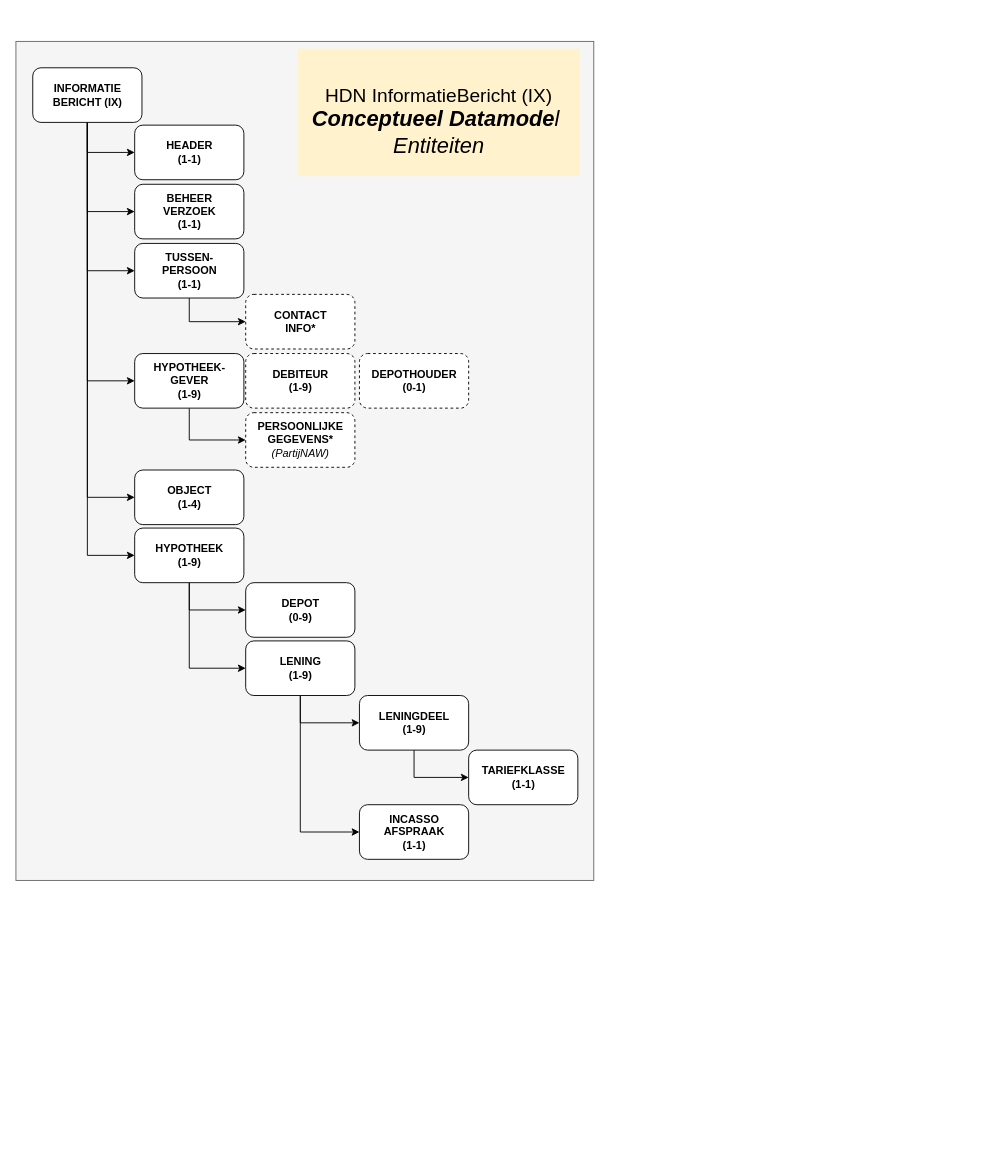
luchthandel/diagrams keeps this draw.io diagram as page "AX" (2 of 11) of HDN_BX_MM_OntslagHoofdelijk.drawio. Above is the earlier version. Source tidied: cells renumbered, new cells numbered last; positions are measured from the earlier drawing's top-left corner, leaving out a move shared by most shapes. Both pictures are drawn from the tidied source at 91%, with x=0, y=0 at pixel (15, 41).
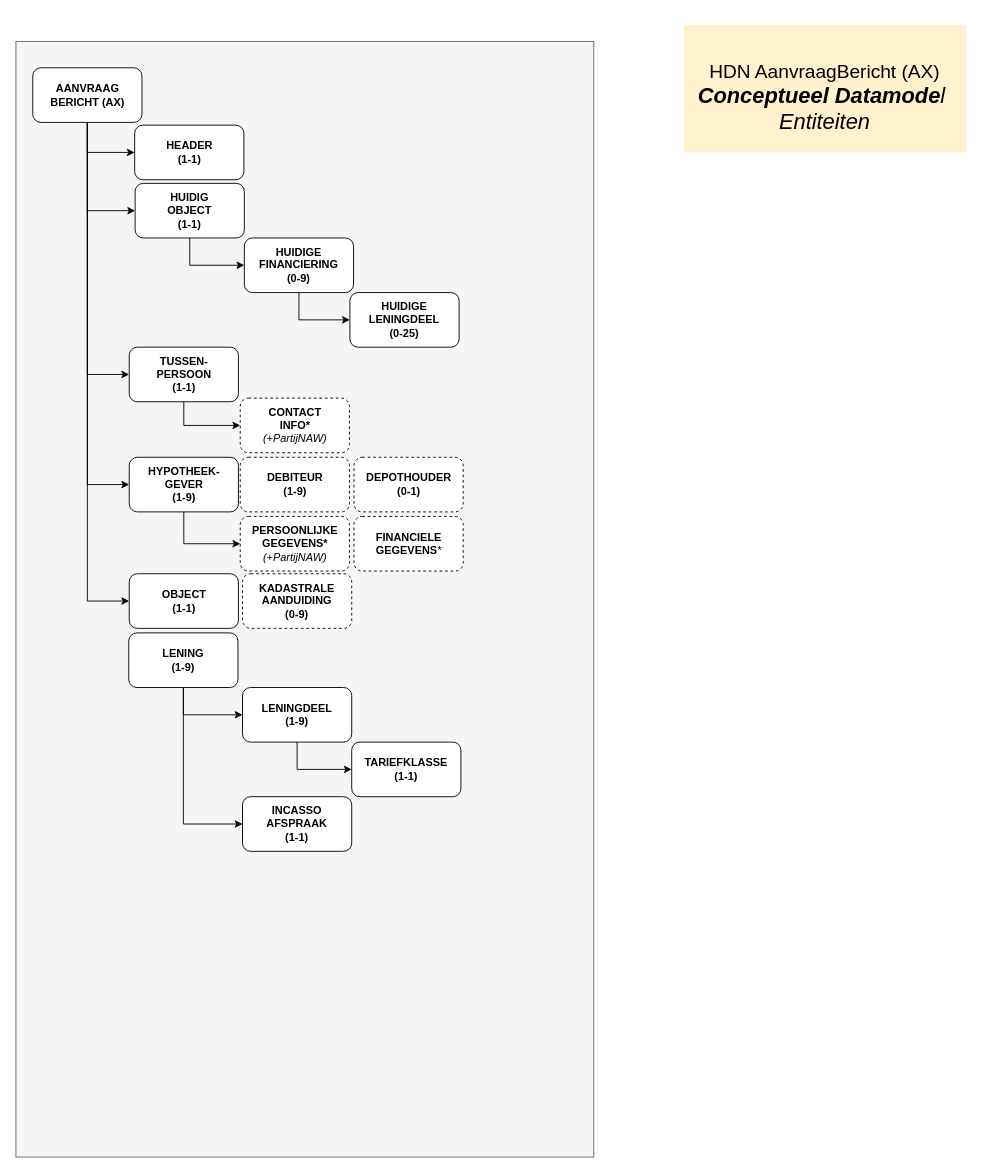
Above is the later version.

Diff of the diagram source:
```diff
@@
     <mxCell id="2" style="rounded=0;whiteSpace=wrap;html=1;fillColor=#f5f5f5;strokeColor=#666666;fontColor=#333333;labelBackgroundColor=none;" parent="1" vertex="1">
-      <mxGeometry width="635" height="922" as="geometry" />
+      <mxGeometry width="635" height="1226" as="geometry" />
     </mxCell>
@@
     <mxCell id="5" value="LENING&lt;br&gt;(1-9)" style="rounded=1;whiteSpace=wrap;html=1;fontStyle=1;" parent="1" vertex="1">
-      <mxGeometry x="252.5" y="658.8" width="120" height="60" as="geometry" />
+      <mxGeometry x="124" y="650" width="120" height="60" as="geometry" />
     </mxCell>
@@
     <mxCell id="7" value="LENINGDEEL&lt;br&gt;(1-9)" style="rounded=1;whiteSpace=wrap;html=1;fontStyle=1;" parent="1" vertex="1">
-      <mxGeometry x="377.5" y="718.8" width="120" height="60" as="geometry" />
+      <mxGeometry x="249" y="710" width="120" height="60" as="geometry" />
     </mxCell>
@@
     <mxCell id="9" value="HYPOTHEEK-&lt;br&gt;GEVER&lt;br&gt;(1-9)" style="rounded=1;whiteSpace=wrap;html=1;fontStyle=1;" parent="1" vertex="1">
-      <mxGeometry x="130.5" y="343" width="120" height="60" as="geometry" />
+      <mxGeometry x="124.5" y="457" width="120" height="60" as="geometry" />
     </mxCell>
@@
-    <mxCell id="11" style="edgeStyle=orthogonalEdgeStyle;rounded=0;jettySize=auto;html=1;exitX=0.5;exitY=1;exitDx=0;exitDy=0;entryX=0;entryY=0.5;entryDx=0;entryDy=0;" parent="1" edge="1" source="16" target="17">
-      <mxGeometry relative="1" as="geometry" />
-    </mxCell>
@@
-    <mxCell id="14" style="edgeStyle=orthogonalEdgeStyle;rounded=0;jettySize=auto;html=1;exitX=0.5;exitY=1;exitDx=0;exitDy=0;entryX=0;entryY=0.5;entryDx=0;entryDy=0;" parent="1" edge="1" source="16" target="23">
-      <mxGeometry relative="1" as="geometry" />
-    </mxCell>
@@
+    <mxCell id="33" style="edgeStyle=orthogonalEdgeStyle;rounded=0;jettySize=auto;html=1;exitX=0.5;exitY=1;exitDx=0;exitDy=0;entryX=0;entryY=0.5;entryDx=0;entryDy=0;" parent="1" edge="1" source="16" target="36">
+      <mxGeometry relative="1" as="geometry" />
+    </mxCell>
-    <mxCell id="16" value="INFORMATIE&lt;br&gt;BERICHT (IX)" style="rounded=1;whiteSpace=wrap;html=1;fontStyle=1;" parent="1" vertex="1">
+    <mxCell id="16" value="AANVRAAG&lt;br&gt;BERICHT (AX)" style="rounded=1;whiteSpace=wrap;html=1;fontStyle=1;" parent="1" vertex="1">
       <mxGeometry x="18.5" y="29" width="120" height="60" as="geometry" />
     </mxCell>
-    <mxCell id="17" value="BEHEER&lt;br&gt;VERZOEK&lt;br&gt;(1-1)" style="rounded=1;whiteSpace=wrap;html=1;fontStyle=1;" parent="1" vertex="1">
-      <mxGeometry x="130.5" y="157" width="120" height="60" as="geometry" />
-    </mxCell>
@@
     <mxCell id="20" value="TUSSEN-&lt;br&gt;PERSOON&lt;br&gt;(1-1)" style="rounded=1;whiteSpace=wrap;html=1;fontStyle=1;" parent="1" vertex="1">
-      <mxGeometry x="130.5" y="222" width="120" height="60" as="geometry" />
+      <mxGeometry x="124.5" y="336" width="120" height="60" as="geometry" />
     </mxCell>
-    <mxCell id="21" style="edgeStyle=orthogonalEdgeStyle;rounded=0;jettySize=auto;html=1;exitX=0.5;exitY=1;exitDx=0;exitDy=0;entryX=0;entryY=0.5;entryDx=0;entryDy=0;" parent="1" edge="1" source="23" target="5">
-      <mxGeometry relative="1" as="geometry" />
-    </mxCell>
-    <mxCell id="22" style="edgeStyle=orthogonalEdgeStyle;rounded=0;jettySize=auto;html=1;exitX=0.5;exitY=1;exitDx=0;exitDy=0;entryX=0;entryY=0.5;entryDx=0;entryDy=0;" parent="1" edge="1" source="23" target="26">
-      <mxGeometry relative="1" as="geometry" />
-    </mxCell>
-    <mxCell id="23" value="HYPOTHEEK&lt;br&gt;(1-9)" style="rounded=1;whiteSpace=wrap;html=1;fontStyle=1;" parent="1" vertex="1">
-      <mxGeometry x="130.5" y="534.8" width="120" height="60" as="geometry" />
-    </mxCell>
-    <mxCell id="24" value="OBJECT&lt;br&gt;(1-4)" style="rounded=1;whiteSpace=wrap;html=1;fontStyle=1;" parent="1" vertex="1">
-      <mxGeometry x="130.5" y="471" width="120" height="60" as="geometry" />
+    <mxCell id="24" value="OBJECT&lt;br&gt;(1-1)" style="rounded=1;whiteSpace=wrap;html=1;fontStyle=1;" parent="1" vertex="1">
+      <mxGeometry x="124.5" y="585" width="120" height="60" as="geometry" />
     </mxCell>
-    <mxCell id="25" value="PERSOONLIJKE&lt;br&gt;GEGEVENS*&lt;br&gt;&lt;span style=&quot;font-weight: normal&quot;&gt;&lt;i&gt;(PartijNAW)&lt;/i&gt;&lt;/span&gt;" style="rounded=1;whiteSpace=wrap;html=1;fontStyle=1;dashed=1;" parent="1" vertex="1">
-      <mxGeometry x="252.5" y="408" width="120" height="60" as="geometry" />
+    <mxCell id="25" value="PERSOONLIJKE&lt;br&gt;GEGEVENS*&lt;br&gt;&lt;span style=&quot;font-weight: normal&quot;&gt;&lt;i&gt;(+PartijNAW)&lt;/i&gt;&lt;/span&gt;" style="rounded=1;whiteSpace=wrap;html=1;fontStyle=1;dashed=1;" parent="1" vertex="1">
+      <mxGeometry x="246.5" y="522" width="120" height="60" as="geometry" />
     </mxCell>
-    <mxCell id="26" value="DEPOT&lt;br&gt;(0-9)" style="rounded=1;whiteSpace=wrap;html=1;fontStyle=1;" parent="1" vertex="1">
-      <mxGeometry x="252.5" y="594.8" width="120" height="60" as="geometry" />
-    </mxCell>
-    <mxCell id="27" value="CONTACT&lt;br&gt;INFO*" style="rounded=1;whiteSpace=wrap;html=1;fontStyle=1;dashed=1;" parent="1" vertex="1">
-      <mxGeometry x="252.5" y="278" width="120" height="60" as="geometry" />
+    <mxCell id="27" value="CONTACT&lt;br&gt;INFO*&lt;br&gt;&lt;i style=&quot;font-weight: 400&quot;&gt;(+PartijNAW)&lt;/i&gt;" style="rounded=1;whiteSpace=wrap;html=1;fontStyle=1;dashed=1;" parent="1" vertex="1">
+      <mxGeometry x="246.5" y="392" width="120" height="60" as="geometry" />
     </mxCell>
     <mxCell id="28" value="DEBITEUR&lt;br&gt;(1-9)" style="rounded=1;whiteSpace=wrap;html=1;fontStyle=1;dashed=1;" parent="1" vertex="1">
-      <mxGeometry x="252.5" y="343" width="120" height="60" as="geometry" />
+      <mxGeometry x="246.5" y="457" width="120" height="60" as="geometry" />
     </mxCell>
     <mxCell id="29" value="DEPOTHOUDER&lt;br&gt;(0-1)" style="rounded=1;whiteSpace=wrap;html=1;fontStyle=1;dashed=1;" parent="1" vertex="1">
-      <mxGeometry x="377.5" y="343" width="120" height="60" as="geometry" />
+      <mxGeometry x="371.5" y="457" width="120" height="60" as="geometry" />
     </mxCell>
     <mxCell id="30" value="TARIEFKLASSE&lt;br&gt;(1-1)" style="rounded=1;whiteSpace=wrap;html=1;fontStyle=1;" parent="1" vertex="1">
-      <mxGeometry x="497.5" y="778.8" width="120" height="60" as="geometry" />
+      <mxGeometry x="369" y="770" width="120" height="60" as="geometry" />
     </mxCell>
     <mxCell id="31" value="INCASSO&lt;br&gt;AFSPRAAK&lt;br&gt;(1-1)" style="rounded=1;whiteSpace=wrap;html=1;fontStyle=1;" parent="1" vertex="1">
-      <mxGeometry x="377.5" y="838.8" width="120" height="60" as="geometry" />
+      <mxGeometry x="249" y="830" width="120" height="60" as="geometry" />
     </mxCell>
-    <mxCell id="32" value="&lt;p&gt;&lt;font style=&quot;font-size: 21px&quot;&gt;&lt;br&gt;&lt;/font&gt;&lt;/p&gt;&lt;p&gt;&lt;font style=&quot;font-size: 21px&quot;&gt;HDN InformatieBericht (IX)&lt;br&gt;&lt;/font&gt;&lt;i&gt;&lt;span style=&quot;font-size: 24px&quot;&gt;&lt;b&gt;Conceptueel Datamode&lt;/b&gt;l&amp;nbsp;&lt;br&gt;Entiteiten&lt;/span&gt;&lt;/i&gt;&lt;br&gt;&lt;/p&gt;" style="text;html=1;fillColor=#fff2cc;spacing=5;spacingTop=-20;whiteSpace=wrap;overflow=hidden;rounded=0;verticalAlign=top;dashed=1;align=center;" parent="1" vertex="1">
-      <mxGeometry x="310" y="8" width="310" height="140" as="geometry" />
+    <mxCell id="32" value="&lt;p&gt;&lt;font style=&quot;font-size: 21px&quot;&gt;&lt;br&gt;&lt;/font&gt;&lt;/p&gt;&lt;p&gt;&lt;font style=&quot;font-size: 21px&quot;&gt;HDN AanvraagBericht (AX)&lt;br&gt;&lt;/font&gt;&lt;i&gt;&lt;span style=&quot;font-size: 24px&quot;&gt;&lt;b&gt;Conceptueel Datamode&lt;/b&gt;l&amp;nbsp;&lt;br&gt;Entiteiten&lt;/span&gt;&lt;/i&gt;&lt;br&gt;&lt;/p&gt;" style="text;html=1;fillColor=#fff2cc;spacing=5;spacingTop=-20;whiteSpace=wrap;overflow=hidden;rounded=0;verticalAlign=top;dashed=1;align=center;" parent="1" vertex="1">
+      <mxGeometry x="734" y="-18" width="310" height="140" as="geometry" />
     </mxCell>
+    <mxCell id="34" value="KADASTRALE&lt;br&gt;AANDUIDING&lt;br&gt;(0-9)" style="rounded=1;whiteSpace=wrap;html=1;fontStyle=1;dashed=1;" parent="1" vertex="1">
+      <mxGeometry x="249" y="585" width="120" height="60" as="geometry" />
+    </mxCell>
+    <mxCell id="35" style="edgeStyle=orthogonalEdgeStyle;rounded=0;jettySize=auto;html=1;exitX=0.5;exitY=1;exitDx=0;exitDy=0;entryX=0;entryY=0.5;entryDx=0;entryDy=0;" parent="1" edge="1" source="36" target="38">
+      <mxGeometry relative="1" as="geometry" />
+    </mxCell>
+    <mxCell id="36" value="HUIDIG&lt;br&gt;OBJECT&lt;br&gt;(1-1)" style="rounded=1;whiteSpace=wrap;html=1;fontStyle=1;" parent="1" vertex="1">
+      <mxGeometry x="131" y="156" width="120" height="60" as="geometry" />
+    </mxCell>
+    <mxCell id="37" style="edgeStyle=orthogonalEdgeStyle;rounded=0;jettySize=auto;html=1;exitX=0.5;exitY=1;exitDx=0;exitDy=0;entryX=0;entryY=0.5;entryDx=0;entryDy=0;" parent="1" edge="1" source="38" target="39">
+      <mxGeometry relative="1" as="geometry" />
+    </mxCell>
+    <mxCell id="38" value="HUIDIGE&lt;br&gt;FINANCIERING&lt;br&gt;(0-9)" style="rounded=1;whiteSpace=wrap;html=1;fontStyle=1;" parent="1" vertex="1">
+      <mxGeometry x="251" y="216" width="120" height="60" as="geometry" />
+    </mxCell>
+    <mxCell id="39" value="HUIDIGE&lt;br&gt;LENINGDEEL&lt;br&gt;(0-25)" style="rounded=1;whiteSpace=wrap;html=1;fontStyle=1;" parent="1" vertex="1">
+      <mxGeometry x="367" y="276" width="120" height="60" as="geometry" />
+    </mxCell>
+    <mxCell id="40" value="FINANCIELE&lt;br&gt;GEGEVENS&lt;span style=&quot;font-weight: 400&quot;&gt;&lt;i&gt;*&lt;/i&gt;&lt;/span&gt;" style="rounded=1;whiteSpace=wrap;html=1;fontStyle=1;dashed=1;" parent="1" vertex="1">
+      <mxGeometry x="371.5" y="522" width="120" height="60" as="geometry" />
+    </mxCell>
```
